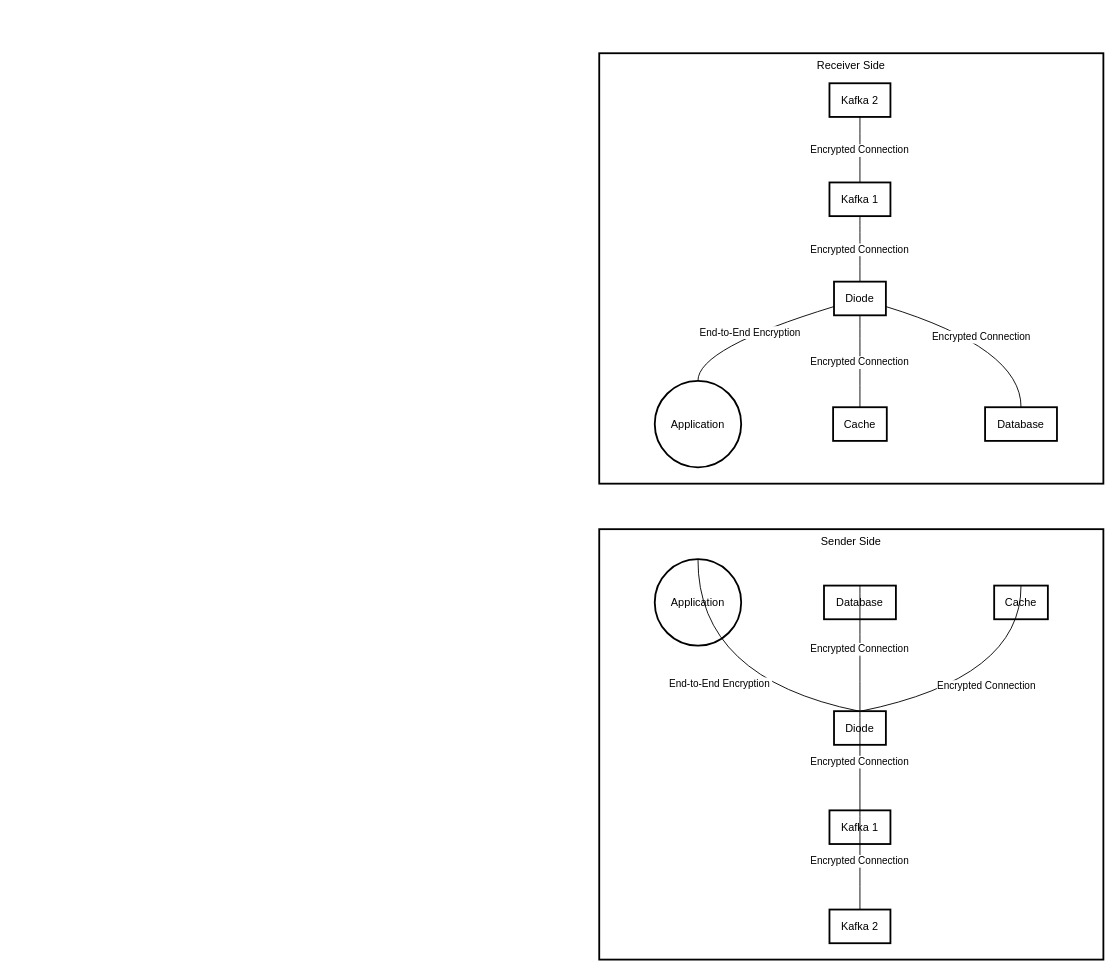
Earlier version of the draw.io diagram security-template/Untitled Diagram.drawio (frozenproof/dactaphanmem). Source tidied: cells renumbered, new cells numbered last; positions are measured from the earlier drawing's top-left corner, leaving out a move shared by most shapes. Both pictures are drawn from the tidied source at 91%, with x=0, y=0 at pixel (599, 53).
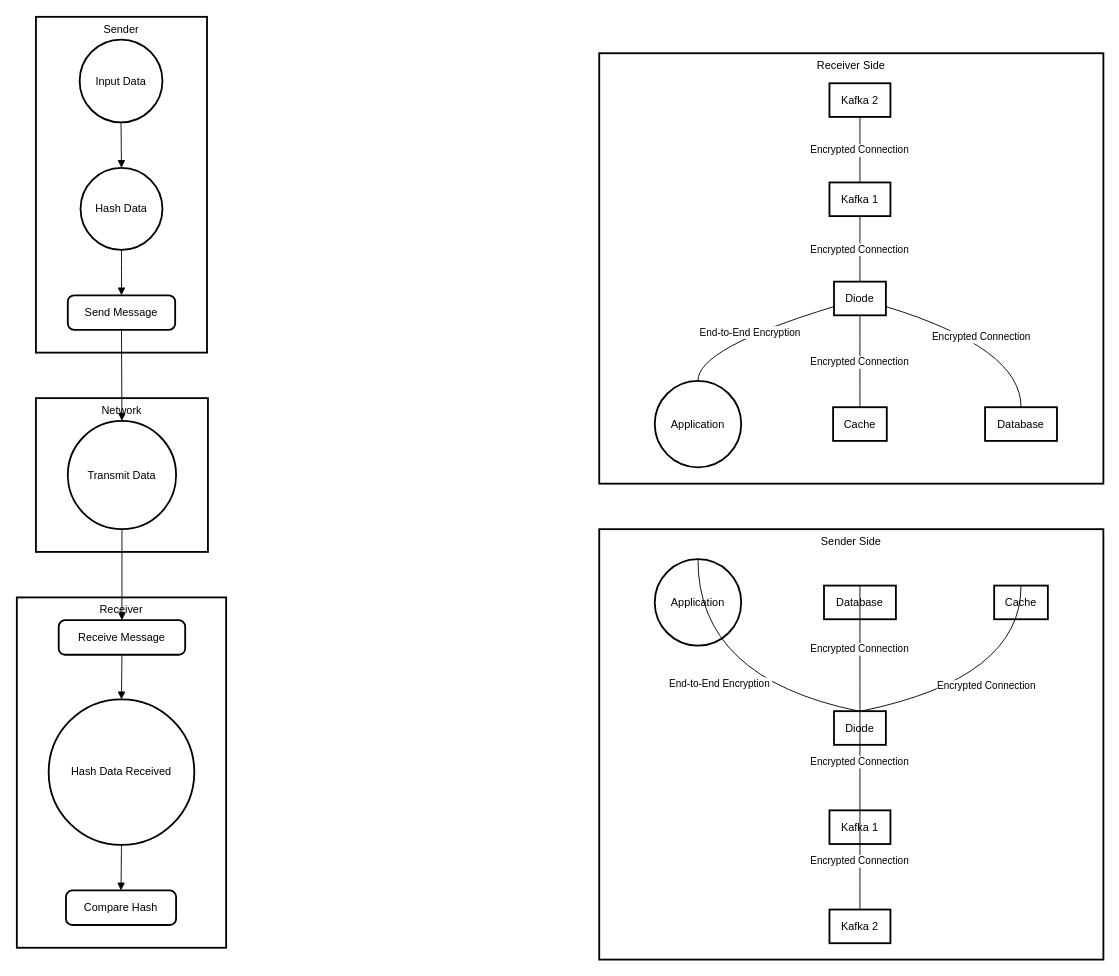
Above is the later version.

What changed in the source:
```diff
@@
+    <mxCell id="26" value="Network" style="whiteSpace=wrap;strokeWidth=2;verticalAlign=top;" parent="1" vertex="1">
+      <mxGeometry x="-619" y="379" width="189" height="169" as="geometry" />
+    </mxCell>
+    <mxCell id="27" value="Transmit Data" style="ellipse;strokeWidth=2;whiteSpace=wrap;" parent="1" vertex="1">
+      <mxGeometry x="-584" y="404" width="119" height="119" as="geometry" />
+    </mxCell>
+    <mxCell id="28" value="Receiver" style="whiteSpace=wrap;strokeWidth=2;verticalAlign=top;" parent="1" vertex="1">
+      <mxGeometry x="-640" y="598" width="230" height="385" as="geometry" />
+    </mxCell>
+    <mxCell id="29" value="Receive Message" style="rounded=1;absoluteArcSize=1;arcSize=14;whiteSpace=wrap;strokeWidth=2;" parent="1" vertex="1">
+      <mxGeometry x="-594" y="623" width="139" height="38" as="geometry" />
+    </mxCell>
+    <mxCell id="30" value="Hash Data Received" style="ellipse;strokeWidth=2;whiteSpace=wrap;" parent="1" vertex="1">
+      <mxGeometry x="-605" y="710" width="160" height="160" as="geometry" />
+    </mxCell>
+    <mxCell id="31" value="Compare Hash" style="rounded=1;absoluteArcSize=1;arcSize=14;whiteSpace=wrap;strokeWidth=2;" parent="1" vertex="1">
+      <mxGeometry x="-586" y="920" width="121" height="38" as="geometry" />
+    </mxCell>
+    <mxCell id="32" value="Sender" style="whiteSpace=wrap;strokeWidth=2;verticalAlign=top;" parent="1" vertex="1">
+      <mxGeometry x="-619" y="-40" width="188" height="369" as="geometry" />
+    </mxCell>
+    <mxCell id="33" value="Input Data" style="ellipse;strokeWidth=2;whiteSpace=wrap;" parent="1" vertex="1">
+      <mxGeometry x="-571" y="-15" width="91" height="91" as="geometry" />
+    </mxCell>
+    <mxCell id="34" value="Hash Data" style="ellipse;strokeWidth=2;whiteSpace=wrap;" parent="1" vertex="1">
+      <mxGeometry x="-570" y="126" width="90" height="90" as="geometry" />
+    </mxCell>
+    <mxCell id="35" value="Send Message" style="rounded=1;absoluteArcSize=1;arcSize=14;whiteSpace=wrap;strokeWidth=2;" parent="1" vertex="1">
+      <mxGeometry x="-584" y="266" width="118" height="38" as="geometry" />
+    </mxCell>
+    <mxCell id="36" style="curved=1;startArrow=none;endArrow=block;exitX=0.51;exitY=1;entryX=0.5;entryY=0;rounded=0;" parent="1" edge="1" source="33" target="34">
+      <mxGeometry relative="1" as="geometry" />
+    </mxCell>
+    <mxCell id="37" style="curved=1;startArrow=none;endArrow=block;exitX=0.5;exitY=1;entryX=0.5;entryY=0.01;rounded=0;" parent="1" edge="1" source="34" target="35">
+      <mxGeometry relative="1" as="geometry" />
+    </mxCell>
+    <mxCell id="38" style="curved=1;startArrow=none;endArrow=block;exitX=0.5;exitY=0.99;entryX=0.5;entryY=0;rounded=0;" parent="1" edge="1" source="35" target="27">
+      <mxGeometry relative="1" as="geometry" />
+    </mxCell>
+    <mxCell id="39" style="curved=1;startArrow=none;endArrow=block;exitX=0.5;exitY=1;entryX=0.5;entryY=-0.01;rounded=0;" parent="1" edge="1" source="27" target="29">
+      <mxGeometry relative="1" as="geometry" />
+    </mxCell>
+    <mxCell id="40" style="curved=1;startArrow=none;endArrow=block;exitX=0.5;exitY=0.97;entryX=0.5;entryY=0;rounded=0;" parent="1" edge="1" source="29" target="30">
+      <mxGeometry relative="1" as="geometry" />
+    </mxCell>
+    <mxCell id="41" style="curved=1;startArrow=none;endArrow=block;exitX=0.5;exitY=1;entryX=0.5;entryY=0;rounded=0;" parent="1" edge="1" source="30" target="31">
+      <mxGeometry relative="1" as="geometry" />
+    </mxCell>
```
